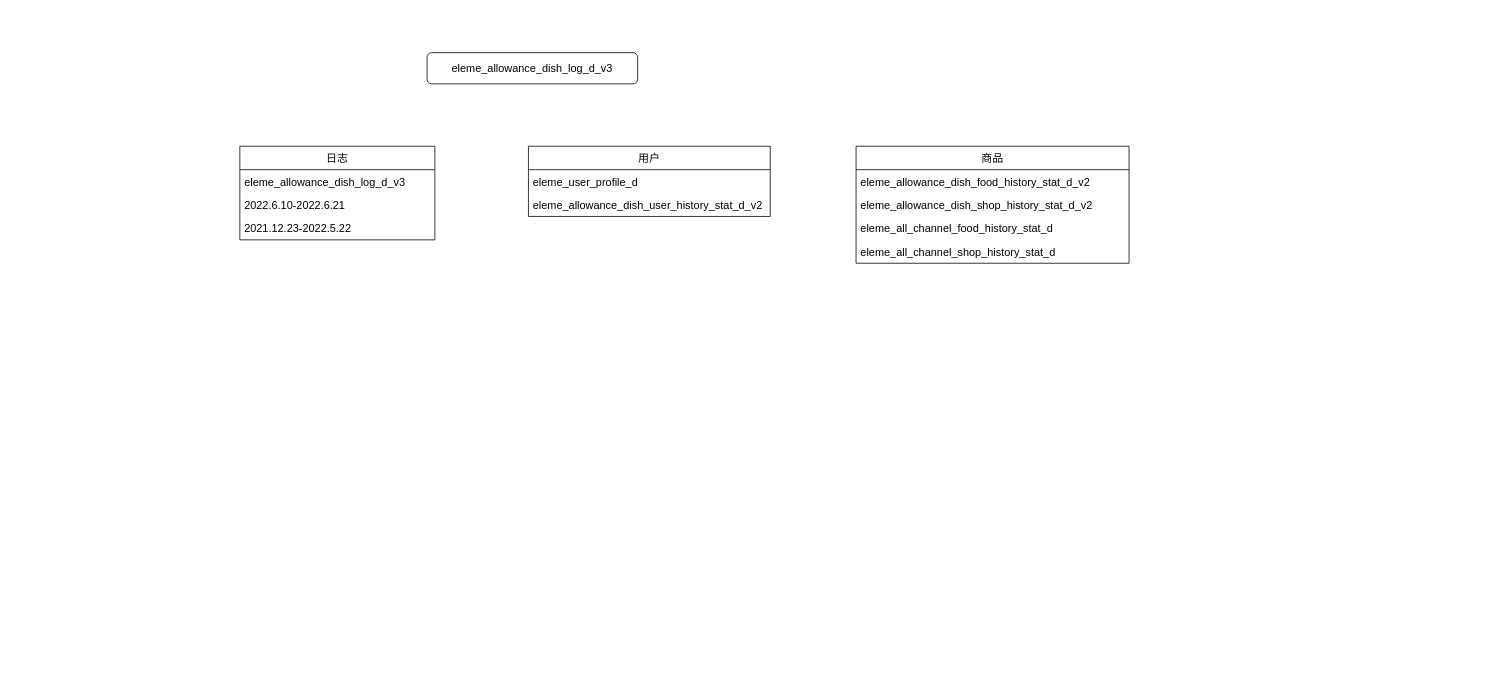
Before: Untitled Diagram.drawio in Xiaohu-D/-, a draw.io diagram. Source tidied: cells renumbered, new cells numbered last; positions are measured from the earlier drawing's top-left corner, leaving out a move shared by most shapes. Both pictures are drawn from the tidied source at 78%, with x=0, y=0 at pixel (239, 52).
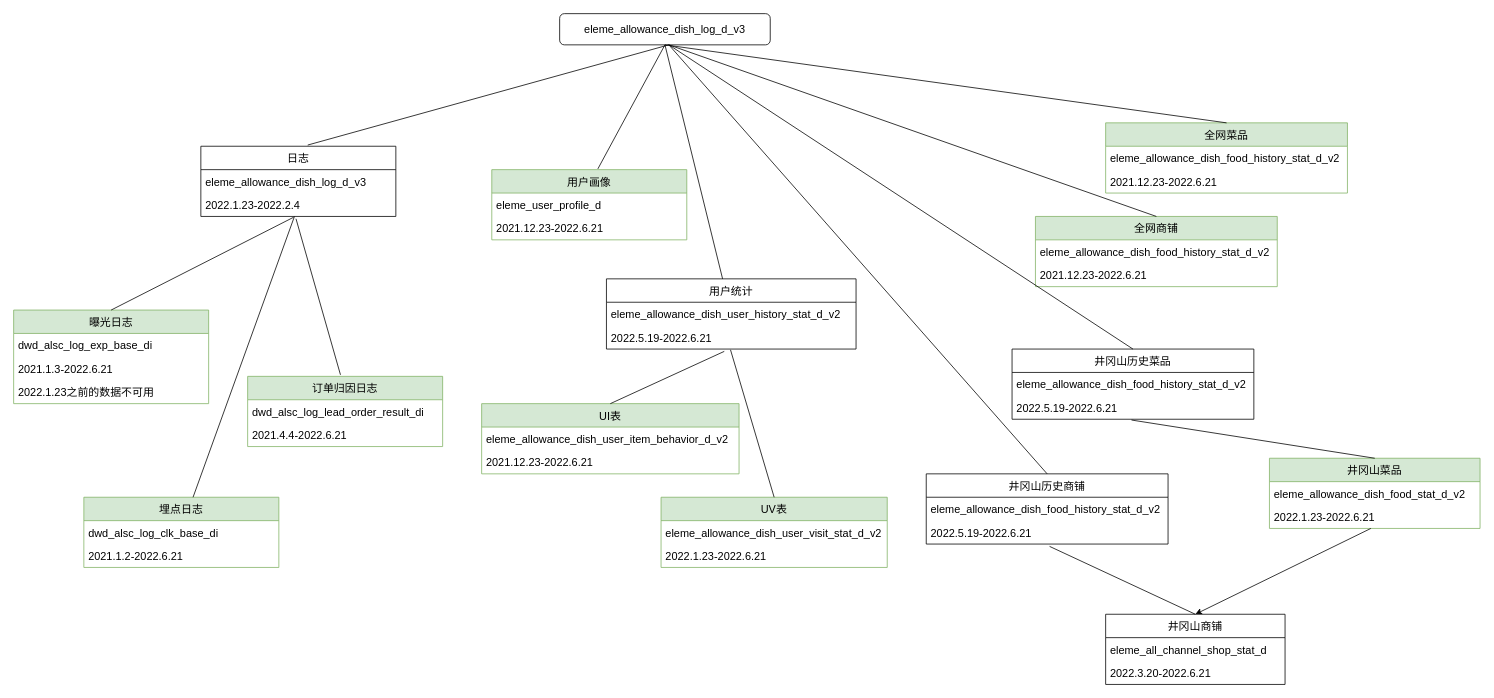
The same diagram, later.

Change to the diagram source:
```diff
@@
     <mxCell id="2" value="&lt;div class=&quot;lake-content&quot;&gt;&lt;span class=&quot;ne-text&quot;&gt;&lt;font style=&quot;font-size: 14px;&quot;&gt;eleme_allowance_dish_log_d_v3&lt;/font&gt;&lt;/span&gt;&lt;/div&gt;" style="rounded=1;whiteSpace=wrap;html=1;" parent="1" vertex="1">
-      <mxGeometry x="240" width="270" height="40" as="geometry" />
+      <mxGeometry x="410" y="-50" width="270" height="40" as="geometry" />
     </mxCell>
     <mxCell id="3" value="日志" style="swimlane;fontStyle=0;horizontal=1;startSize=30;fontSize=14;" parent="1" vertex="1">
-      <mxGeometry y="120" width="250" height="120" as="geometry" />
+      <mxGeometry x="-50" y="120" width="250" height="90" as="geometry" />
     </mxCell>
@@
-    <mxCell id="5" value="2022.6.10-2022.6.21" style="text;strokeColor=none;fillColor=none;align=left;verticalAlign=middle;spacingLeft=4;spacingRight=4;overflow=hidden;points=[[0,0.5],[1,0.5]];portConstraint=eastwest;fontSize=14;" parent="3" vertex="1">
+    <mxCell id="5" value="2022.1.23-2022.2.4" style="text;strokeColor=none;fillColor=none;align=left;verticalAlign=middle;spacingLeft=4;spacingRight=4;overflow=hidden;points=[[0,0.5],[1,0.5]];portConstraint=eastwest;fontSize=14;" parent="3" vertex="1">
       <mxGeometry y="60" width="250" height="30" as="geometry" />
     </mxCell>
-    <mxCell id="6" value="2021.12.23-2022.5.22" style="text;strokeColor=none;fillColor=none;align=left;verticalAlign=middle;spacingLeft=4;spacingRight=4;overflow=hidden;fontSize=14;" parent="3" vertex="1">
-      <mxGeometry y="90" width="250" height="30" as="geometry" />
-    </mxCell>
-    <mxCell id="7" value="用户" style="swimlane;fontStyle=0;horizontal=1;startSize=30;fontSize=14;" parent="1" vertex="1">
-      <mxGeometry x="370" y="120" width="310" height="90" as="geometry" />
-    </mxCell>
-    <mxCell id="8" value="eleme_user_profile_d" style="text;strokeColor=none;fillColor=none;align=left;verticalAlign=middle;spacingLeft=4;spacingRight=4;overflow=hidden;fontSize=14;" parent="7" vertex="1">
-      <mxGeometry y="30" width="310" height="30" as="geometry" />
-    </mxCell>
-    <mxCell id="9" value="eleme_allowance_dish_user_history_stat_d_v2" style="text;strokeColor=none;fillColor=none;align=left;verticalAlign=middle;spacingLeft=4;spacingRight=4;overflow=hidden;fontSize=14;" parent="7" vertex="1">
-      <mxGeometry y="60" width="310" height="30" as="geometry" />
-    </mxCell>
-    <mxCell id="10" value="商品" style="swimlane;fontStyle=0;horizontal=1;startSize=30;fontSize=14;" parent="1" vertex="1">
-      <mxGeometry x="790" y="120" width="350" height="150" as="geometry" />
+    <mxCell id="10" value="井冈山历史菜品" style="swimlane;fontStyle=0;horizontal=1;startSize=30;fontSize=14;" parent="1" vertex="1">
+      <mxGeometry x="990" y="380" width="310" height="90" as="geometry" />
     </mxCell>
     <mxCell id="11" value="eleme_allowance_dish_food_history_stat_d_v2" style="text;strokeColor=none;fillColor=none;align=left;verticalAlign=middle;spacingLeft=4;spacingRight=4;overflow=hidden;fontSize=14;" parent="10" vertex="1">
-      <mxGeometry y="30" width="350" height="30" as="geometry" />
+      <mxGeometry y="30" width="310" height="30" as="geometry" />
     </mxCell>
-    <mxCell id="12" value="eleme_allowance_dish_shop_history_stat_d_v2" style="text;strokeColor=none;fillColor=none;align=left;verticalAlign=middle;spacingLeft=4;spacingRight=4;overflow=hidden;points=[[0,0.5],[1,0.5]];portConstraint=eastwest;fontSize=14;" parent="10" vertex="1">
-      <mxGeometry y="60" width="350" height="30" as="geometry" />
+    <mxCell id="12" value="2022.5.19-2022.6.21" style="text;strokeColor=none;fillColor=none;align=left;verticalAlign=middle;spacingLeft=4;spacingRight=4;overflow=hidden;points=[[0,0.5],[1,0.5]];portConstraint=eastwest;fontSize=14;" parent="10" vertex="1">
+      <mxGeometry y="60" width="310" height="30" as="geometry" />
     </mxCell>
-    <mxCell id="13" value="eleme_all_channel_food_history_stat_d" style="text;strokeColor=none;fillColor=none;align=left;verticalAlign=middle;spacingLeft=4;spacingRight=4;overflow=hidden;fontSize=14;" parent="10" vertex="1">
-      <mxGeometry y="90" width="350" height="30" as="geometry" />
-    </mxCell>
-    <mxCell id="14" value="eleme_all_channel_shop_history_stat_d" style="text;strokeColor=none;fillColor=none;align=left;verticalAlign=middle;spacingLeft=4;spacingRight=4;overflow=hidden;fontSize=14;" parent="10" vertex="1">
-      <mxGeometry y="120" width="350" height="30" as="geometry" />
-    </mxCell>
+    <mxCell id="15" style="endArrow=none;html=1;rounded=0;exitX=0.548;exitY=-0.017;exitDx=0;exitDy=0;exitPerimeter=0;" parent="1" edge="1" source="3">
+      <mxGeometry relative="1" as="geometry">
+        <mxPoint x="550" y="-10" as="targetPoint" />
+      </mxGeometry>
+    </mxCell>
+    <mxCell id="16" value="曝光日志" style="swimlane;fontStyle=0;horizontal=1;startSize=30;fontSize=14;fillColor=#d5e8d4;strokeColor=#82b366;" parent="1" vertex="1">
+      <mxGeometry x="-290" y="330" width="250" height="120" as="geometry" />
+    </mxCell>
+    <mxCell id="17" value="dwd_alsc_log_exp_base_di" style="text;strokeColor=none;fillColor=none;align=left;verticalAlign=middle;spacingLeft=4;spacingRight=4;overflow=hidden;fontSize=14;" parent="16" vertex="1">
+      <mxGeometry y="30" width="250" height="30" as="geometry" />
+    </mxCell>
+    <mxCell id="18" value="2021.1.3-2022.6.21" style="text;strokeColor=none;fillColor=none;align=left;verticalAlign=middle;spacingLeft=4;spacingRight=4;overflow=hidden;fontSize=14;" parent="16" vertex="1">
+      <mxGeometry y="60" width="250" height="30" as="geometry" />
+    </mxCell>
+    <mxCell id="19" value="2022.1.23之前的数据不可用" style="text;strokeColor=none;fillColor=none;align=left;verticalAlign=middle;spacingLeft=4;spacingRight=4;overflow=hidden;fontSize=14;" parent="16" vertex="1">
+      <mxGeometry y="90" width="250" height="30" as="geometry" />
+    </mxCell>
+    <mxCell id="20" value="订单归因日志" style="swimlane;fontStyle=0;horizontal=1;startSize=30;fontSize=14;fillColor=#d5e8d4;strokeColor=#82b366;" parent="1" vertex="1">
+      <mxGeometry x="10" y="415" width="250" height="90" as="geometry" />
+    </mxCell>
+    <mxCell id="21" value="dwd_alsc_log_lead_order_result_di" style="text;strokeColor=none;fillColor=none;align=left;verticalAlign=middle;spacingLeft=4;spacingRight=4;overflow=hidden;fontSize=14;" parent="20" vertex="1">
+      <mxGeometry y="30" width="250" height="30" as="geometry" />
+    </mxCell>
+    <mxCell id="22" value="2021.4.4-2022.6.21" style="text;strokeColor=none;fillColor=none;align=left;verticalAlign=middle;spacingLeft=4;spacingRight=4;overflow=hidden;fontSize=14;" parent="20" vertex="1">
+      <mxGeometry y="60" width="250" height="30" as="geometry" />
+    </mxCell>
+    <mxCell id="23" value="埋点日志" style="swimlane;fontStyle=0;horizontal=1;startSize=30;fontSize=14;fillColor=#d5e8d4;strokeColor=#82b366;" parent="1" vertex="1">
+      <mxGeometry x="-200" y="570" width="250" height="90" as="geometry" />
+    </mxCell>
+    <mxCell id="24" value="dwd_alsc_log_clk_base_di" style="text;strokeColor=none;fillColor=none;align=left;verticalAlign=middle;spacingLeft=4;spacingRight=4;overflow=hidden;fontSize=14;" parent="23" vertex="1">
+      <mxGeometry y="30" width="250" height="30" as="geometry" />
+    </mxCell>
+    <mxCell id="25" value="2021.1.2-2022.6.21" style="text;strokeColor=none;fillColor=none;align=left;verticalAlign=middle;spacingLeft=4;spacingRight=4;overflow=hidden;fontSize=14;" parent="23" vertex="1">
+      <mxGeometry y="60" width="250" height="30" as="geometry" />
+    </mxCell>
+    <mxCell id="26" style="endArrow=none;html=1;rounded=0;entryX=0.476;entryY=1.033;entryDx=0;entryDy=0;entryPerimeter=0;exitX=0.5;exitY=0;exitDx=0;exitDy=0;" parent="1" edge="1" source="16" target="5">
+      <mxGeometry relative="1" as="geometry" />
+    </mxCell>
+    <mxCell id="27" style="endArrow=none;html=1;rounded=0;exitX=0.56;exitY=0;exitDx=0;exitDy=0;exitPerimeter=0;" parent="1" edge="1" source="23">
+      <mxGeometry relative="1" as="geometry">
+        <mxPoint x="70" y="210" as="targetPoint" />
+      </mxGeometry>
+    </mxCell>
+    <mxCell id="28" style="endArrow=none;html=1;rounded=0;entryX=0.488;entryY=1.1;entryDx=0;entryDy=0;entryPerimeter=0;exitX=0.476;exitY=-0.022;exitDx=0;exitDy=0;exitPerimeter=0;" parent="1" edge="1" source="20" target="5">
+      <mxGeometry relative="1" as="geometry" />
+    </mxCell>
+    <mxCell id="29" style="endArrow=none;html=1;rounded=0;entryX=0.5;entryY=1;entryDx=0;entryDy=0;exitX=0.544;exitY=-0.011;exitDx=0;exitDy=0;exitPerimeter=0;" parent="1" edge="1" source="30" target="2">
+      <mxGeometry relative="1" as="geometry" />
+    </mxCell>
+    <mxCell id="30" value="用户画像" style="swimlane;fontStyle=0;horizontal=1;startSize=30;fontSize=14;fillColor=#d5e8d4;strokeColor=#82b366;" parent="1" vertex="1">
+      <mxGeometry x="323" y="150" width="250" height="90" as="geometry" />
+    </mxCell>
+    <mxCell id="8" value="eleme_user_profile_d" style="text;strokeColor=none;fillColor=none;align=left;verticalAlign=middle;spacingLeft=4;spacingRight=4;overflow=hidden;fontSize=14;" parent="30" vertex="1">
+      <mxGeometry y="30" width="250" height="30" as="geometry" />
+    </mxCell>
+    <mxCell id="31" value="2021.12.23-2022.6.21" style="text;strokeColor=none;fillColor=none;align=left;verticalAlign=middle;spacingLeft=4;spacingRight=4;overflow=hidden;fontSize=14;" parent="30" vertex="1">
+      <mxGeometry y="60" width="250" height="30" as="geometry" />
+    </mxCell>
+    <mxCell id="32" value="用户统计" style="swimlane;fontStyle=0;horizontal=1;startSize=30;fontSize=14;" parent="1" vertex="1">
+      <mxGeometry x="470" y="290" width="320" height="90" as="geometry" />
+    </mxCell>
+    <mxCell id="9" value="eleme_allowance_dish_user_history_stat_d_v2" style="text;strokeColor=none;fillColor=none;align=left;verticalAlign=middle;spacingLeft=4;spacingRight=4;overflow=hidden;fontSize=14;" parent="32" vertex="1">
+      <mxGeometry y="30" width="320" height="30" as="geometry" />
+    </mxCell>
+    <mxCell id="33" value="2022.5.19-2022.6.21" style="text;strokeColor=none;fillColor=none;align=left;verticalAlign=middle;spacingLeft=4;spacingRight=4;overflow=hidden;points=[[0,0.5],[1,0.5]];portConstraint=eastwest;fontSize=14;" parent="32" vertex="1">
+      <mxGeometry y="60" width="320" height="30" as="geometry" />
+    </mxCell>
+    <mxCell id="34" style="endArrow=none;html=1;rounded=0;entryX=0.5;entryY=1;entryDx=0;entryDy=0;" parent="1" edge="1" source="32" target="2">
+      <mxGeometry relative="1" as="geometry" />
+    </mxCell>
+    <mxCell id="35" value="UI表" style="swimlane;fontStyle=0;horizontal=1;startSize=30;fontSize=14;fillColor=#d5e8d4;strokeColor=#82b366;" parent="1" vertex="1">
+      <mxGeometry x="310" y="450" width="330" height="90" as="geometry" />
+    </mxCell>
+    <mxCell id="36" value="eleme_allowance_dish_user_item_behavior_d_v2" style="text;strokeColor=none;fillColor=none;align=left;verticalAlign=middle;spacingLeft=4;spacingRight=4;overflow=hidden;fontSize=14;" parent="35" vertex="1">
+      <mxGeometry y="30" width="330" height="30" as="geometry" />
+    </mxCell>
+    <mxCell id="37" value="2021.12.23-2022.6.21" style="text;strokeColor=none;fillColor=none;align=left;verticalAlign=middle;spacingLeft=4;spacingRight=4;overflow=hidden;fontSize=14;" parent="35" vertex="1">
+      <mxGeometry y="60" width="330" height="30" as="geometry" />
+    </mxCell>
+    <mxCell id="38" value="UV表" style="swimlane;fontStyle=0;horizontal=1;startSize=30;fontSize=14;fillColor=#d5e8d4;strokeColor=#82b366;" parent="1" vertex="1">
+      <mxGeometry x="540" y="570" width="290" height="90" as="geometry" />
+    </mxCell>
+    <mxCell id="39" value="eleme_allowance_dish_user_visit_stat_d_v2" style="text;strokeColor=none;fillColor=none;align=left;verticalAlign=middle;spacingLeft=4;spacingRight=4;overflow=hidden;fontSize=14;" parent="38" vertex="1">
+      <mxGeometry y="30" width="290" height="30" as="geometry" />
+    </mxCell>
+    <mxCell id="40" value="2022.1.23-2022.6.21" style="text;strokeColor=none;fillColor=none;align=left;verticalAlign=middle;spacingLeft=4;spacingRight=4;overflow=hidden;fontSize=14;" parent="38" vertex="1">
+      <mxGeometry y="60" width="290" height="30" as="geometry" />
+    </mxCell>
+    <mxCell id="41" style="endArrow=none;html=1;rounded=0;entryX=0.472;entryY=1.1;entryDx=0;entryDy=0;entryPerimeter=0;exitX=0.5;exitY=0;exitDx=0;exitDy=0;" parent="1" edge="1" source="35" target="33">
+      <mxGeometry relative="1" as="geometry" />
+    </mxCell>
+    <mxCell id="42" style="endArrow=none;html=1;rounded=0;entryX=0.497;entryY=1.033;entryDx=0;entryDy=0;entryPerimeter=0;exitX=0.5;exitY=0;exitDx=0;exitDy=0;" parent="1" edge="1" source="38" target="33">
+      <mxGeometry relative="1" as="geometry" />
+    </mxCell>
+    <mxCell id="43" value="井冈山历史商铺" style="swimlane;fontStyle=0;horizontal=1;startSize=30;fontSize=14;" parent="1" vertex="1">
+      <mxGeometry x="880" y="540" width="310" height="90" as="geometry" />
+    </mxCell>
+    <mxCell id="44" value="eleme_allowance_dish_food_history_stat_d_v2" style="text;strokeColor=none;fillColor=none;align=left;verticalAlign=middle;spacingLeft=4;spacingRight=4;overflow=hidden;fontSize=14;" parent="43" vertex="1">
+      <mxGeometry y="30" width="310" height="30" as="geometry" />
+    </mxCell>
+    <mxCell id="45" value="2022.5.19-2022.6.21" style="text;strokeColor=none;fillColor=none;align=left;verticalAlign=middle;spacingLeft=4;spacingRight=4;overflow=hidden;points=[[0,0.5],[1,0.5]];portConstraint=eastwest;fontSize=14;" parent="43" vertex="1">
+      <mxGeometry y="60" width="310" height="30" as="geometry" />
+    </mxCell>
+    <mxCell id="46" value="全网菜品" style="swimlane;fontStyle=0;horizontal=1;startSize=30;fontSize=14;fillColor=#d5e8d4;strokeColor=#82b366;" parent="1" vertex="1">
+      <mxGeometry x="1110" y="90" width="310" height="90" as="geometry" />
+    </mxCell>
+    <mxCell id="47" value="eleme_allowance_dish_food_history_stat_d_v2" style="text;strokeColor=none;fillColor=none;align=left;verticalAlign=middle;spacingLeft=4;spacingRight=4;overflow=hidden;fontSize=14;" parent="46" vertex="1">
+      <mxGeometry y="30" width="310" height="30" as="geometry" />
+    </mxCell>
+    <mxCell id="48" value="2021.12.23-2022.6.21" style="text;strokeColor=none;fillColor=none;align=left;verticalAlign=middle;spacingLeft=4;spacingRight=4;overflow=hidden;fontSize=14;" parent="46" vertex="1">
+      <mxGeometry y="60" width="310" height="30" as="geometry" />
+    </mxCell>
+    <mxCell id="49" value="全网商铺" style="swimlane;fontStyle=0;horizontal=1;startSize=30;fontSize=14;fillColor=#d5e8d4;strokeColor=#82b366;" parent="1" vertex="1">
+      <mxGeometry x="1020" y="210" width="310" height="90" as="geometry" />
+    </mxCell>
+    <mxCell id="50" value="eleme_allowance_dish_food_history_stat_d_v2" style="text;strokeColor=none;fillColor=none;align=left;verticalAlign=middle;spacingLeft=4;spacingRight=4;overflow=hidden;fontSize=14;" parent="49" vertex="1">
+      <mxGeometry y="30" width="310" height="30" as="geometry" />
+    </mxCell>
+    <mxCell id="51" value="2021.12.23-2022.6.21" style="text;strokeColor=none;fillColor=none;align=left;verticalAlign=middle;spacingLeft=4;spacingRight=4;overflow=hidden;fontSize=14;" parent="49" vertex="1">
+      <mxGeometry y="60" width="310" height="30" as="geometry" />
+    </mxCell>
+    <mxCell id="52" style="endArrow=none;html=1;rounded=0;entryX=0.5;entryY=0;entryDx=0;entryDy=0;exitX=0.5;exitY=1;exitDx=0;exitDy=0;" parent="1" edge="1" source="2" target="46">
+      <mxGeometry relative="1" as="geometry" />
+    </mxCell>
+    <mxCell id="53" style="endArrow=none;html=1;rounded=0;exitX=0.5;exitY=0;exitDx=0;exitDy=0;" parent="1" edge="1" source="49">
+      <mxGeometry relative="1" as="geometry">
+        <mxPoint x="550" y="-10" as="targetPoint" />
+      </mxGeometry>
+    </mxCell>
+    <mxCell id="54" style="endArrow=none;html=1;rounded=0;exitX=0.5;exitY=0;exitDx=0;exitDy=0;" parent="1" edge="1" source="10">
+      <mxGeometry relative="1" as="geometry">
+        <mxPoint x="550" y="-10" as="targetPoint" />
+      </mxGeometry>
+    </mxCell>
+    <mxCell id="55" style="endArrow=none;html=1;rounded=0;exitX=0.5;exitY=0;exitDx=0;exitDy=0;" parent="1" edge="1" source="43">
+      <mxGeometry relative="1" as="geometry">
+        <mxPoint x="550" y="-10" as="targetPoint" />
+      </mxGeometry>
+    </mxCell>
+    <mxCell id="56" value="井冈山菜品" style="swimlane;fontStyle=0;horizontal=1;startSize=30;fontSize=14;fillColor=#d5e8d4;strokeColor=#82b366;" parent="1" vertex="1">
+      <mxGeometry x="1320" y="520" width="270" height="90" as="geometry" />
+    </mxCell>
+    <mxCell id="57" value="eleme_allowance_dish_food_stat_d_v2" style="text;strokeColor=none;fillColor=none;align=left;verticalAlign=middle;spacingLeft=4;spacingRight=4;overflow=hidden;fontSize=14;" parent="56" vertex="1">
+      <mxGeometry y="30" width="270" height="30" as="geometry" />
+    </mxCell>
+    <mxCell id="58" style="endArrow=classic;html=1;rounded=0;entryX=0.5;entryY=0;entryDx=0;entryDy=0;" parent="56" edge="1" target="60">
+      <mxGeometry relative="1" as="geometry">
+        <mxPoint x="130" y="90" as="sourcePoint" />
+      </mxGeometry>
+    </mxCell>
+    <mxCell id="59" value="2022.1.23-2022.6.21" style="text;strokeColor=none;fillColor=none;align=left;verticalAlign=middle;spacingLeft=4;spacingRight=4;overflow=hidden;fontSize=14;" parent="56" vertex="1">
+      <mxGeometry y="60" width="270" height="30" as="geometry" />
+    </mxCell>
+    <mxCell id="60" value="井冈山商铺" style="swimlane;fontStyle=0;horizontal=1;startSize=30;fontSize=14;" parent="1" vertex="1">
+      <mxGeometry x="1110" y="720" width="230" height="90" as="geometry" />
+    </mxCell>
+    <mxCell id="61" value="eleme_all_channel_shop_stat_d" style="text;strokeColor=none;fillColor=none;align=left;verticalAlign=middle;spacingLeft=4;spacingRight=4;overflow=hidden;fontSize=14;" parent="60" vertex="1">
+      <mxGeometry y="30" width="230" height="30" as="geometry" />
+    </mxCell>
+    <mxCell id="62" value="2022.3.20-2022.6.21" style="text;strokeColor=none;fillColor=none;align=left;verticalAlign=middle;spacingLeft=4;spacingRight=4;overflow=hidden;fontSize=14;" parent="60" vertex="1">
+      <mxGeometry y="60" width="230" height="30" as="geometry" />
+    </mxCell>
+    <mxCell id="63" style="endArrow=none;html=1;rounded=0;entryX=0.494;entryY=1.033;entryDx=0;entryDy=0;entryPerimeter=0;exitX=0.5;exitY=0;exitDx=0;exitDy=0;" parent="1" edge="1" source="56" target="12">
+      <mxGeometry relative="1" as="geometry" />
+    </mxCell>
+    <mxCell id="64" style="endArrow=none;html=1;rounded=0;entryX=0.51;entryY=1.1;entryDx=0;entryDy=0;entryPerimeter=0;exitX=0.5;exitY=0;exitDx=0;exitDy=0;" parent="1" edge="1" source="60" target="45">
+      <mxGeometry relative="1" as="geometry" />
+    </mxCell>
```
